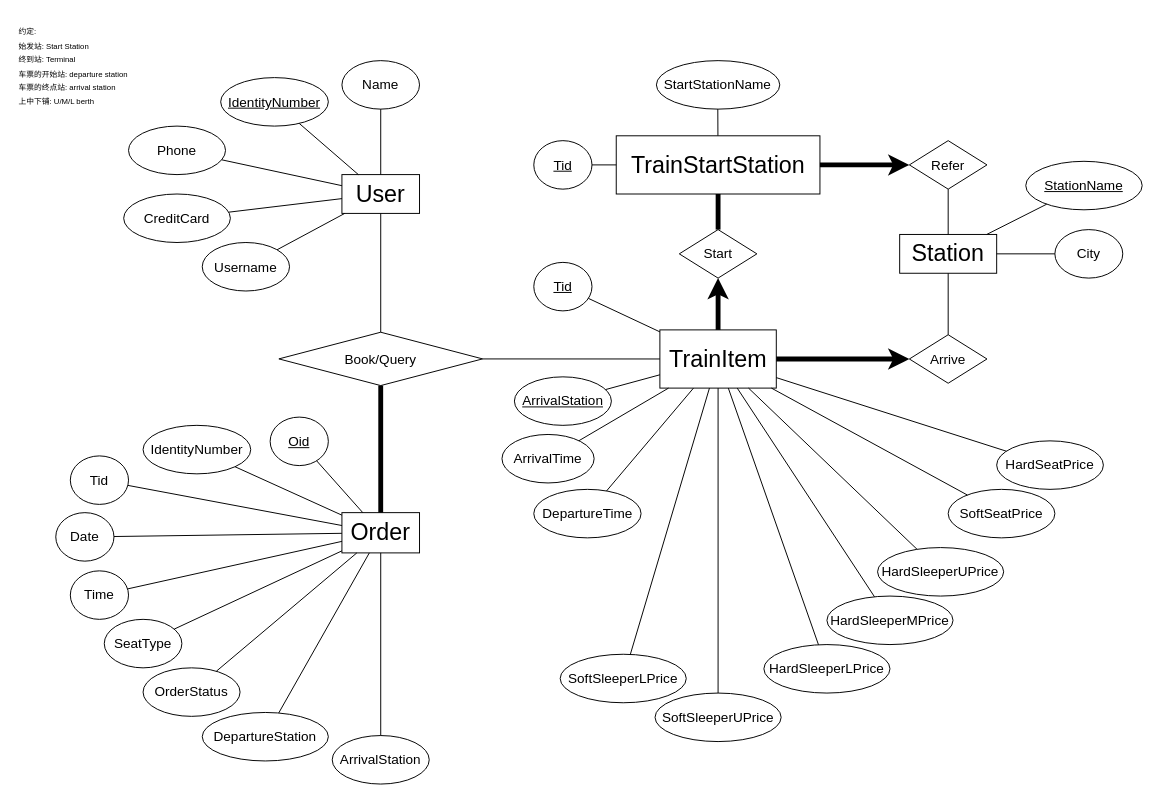
Earlier version of the draw.io diagram page "er-after-chk-zxz-5.3" (1 of 4) of design/ER-graph.drawio (KevinGeejo/Railway-Booking-System). Source tidied: cells renumbered, new cells numbered last; positions are measured from the earlier drawing's top-left corner, leaving out a move shared by most shapes. Both pictures are drawn from the tidied source at 97%, with x=0, y=0 at pixel (16, 16).
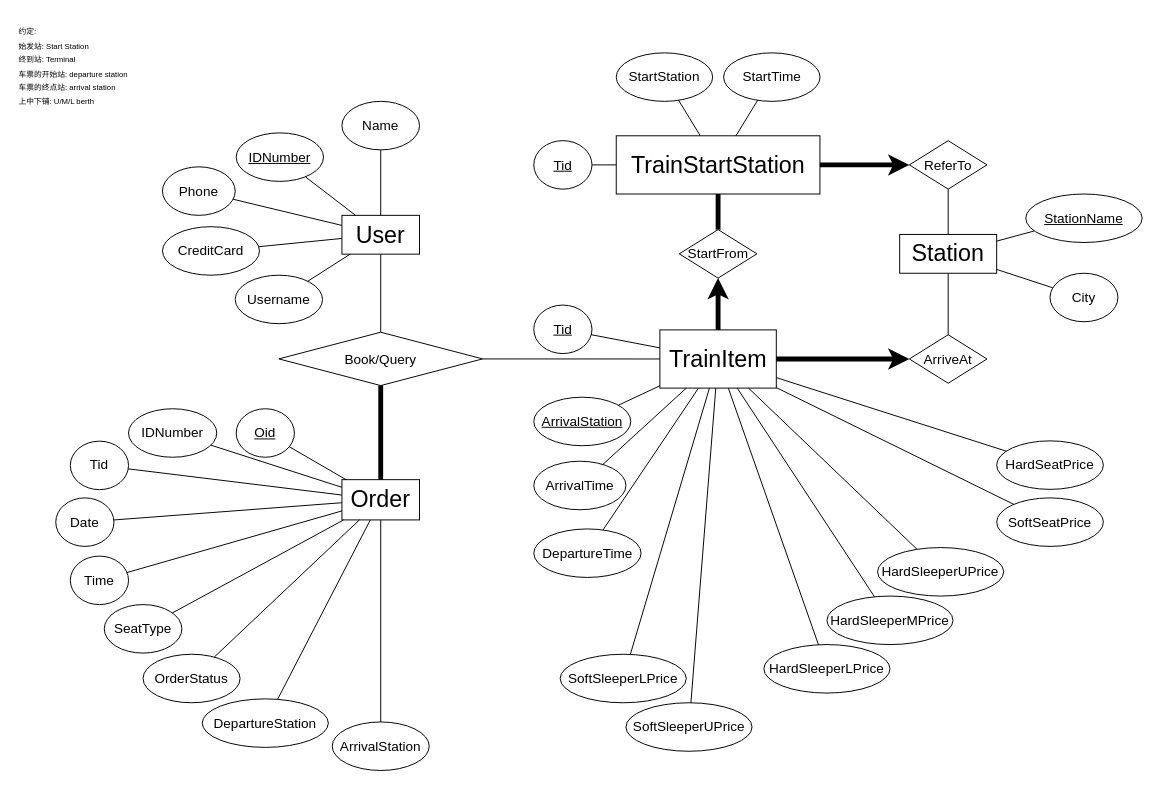
The same diagram, later.

The change refers to these unchanged cells:
```xml
<mxCell id="70" value="&lt;span style=&quot;font-size: 24px&quot;&gt;TrainStartStation&lt;/span&gt;" style="rounded=0;whiteSpace=wrap;html=1;" parent="1" vertex="1">
  <mxGeometry x="617.8" y="122.5" width="210" height="60" as="geometry" />
</mxCell>
```

What changed in the source:
```diff
@@
     <mxCell id="4" value="&lt;font style=&quot;font-size: 24px&quot;&gt;User&lt;/font&gt;" style="rounded=0;whiteSpace=wrap;html=1;" parent="1" vertex="1">
-      <mxGeometry x="335" y="162.5" width="80" height="40" as="geometry" />
+      <mxGeometry x="335" y="204.5" width="80" height="40" as="geometry" />
     </mxCell>
     <mxCell id="5" value="&lt;font style=&quot;font-size: 24px&quot;&gt;Order&lt;/font&gt;" style="rounded=0;whiteSpace=wrap;html=1;" parent="1" vertex="1">
-      <mxGeometry x="335" y="511" width="80" height="41.5" as="geometry" />
+      <mxGeometry x="335" y="477" width="80" height="41.5" as="geometry" />
     </mxCell>
     <mxCell id="6" value="&lt;font style=&quot;font-size: 14px&quot;&gt;Name&lt;/font&gt;" style="ellipse;whiteSpace=wrap;html=1;" parent="1" vertex="1">
-      <mxGeometry x="335" y="45" width="80" height="50" as="geometry" />
+      <mxGeometry x="335" y="87" width="80" height="50" as="geometry" />
     </mxCell>
@@
-    <mxCell id="8" value="&lt;span style=&quot;font-size: 14px&quot;&gt;&lt;u&gt;IdentityNumber&lt;/u&gt;&lt;br&gt;&lt;/span&gt;" style="ellipse;whiteSpace=wrap;html=1;" parent="1" vertex="1">
-      <mxGeometry x="210" y="62.5" width="111" height="50" as="geometry" />
+    <mxCell id="8" value="&lt;span style=&quot;font-size: 14px&quot;&gt;&lt;u&gt;IDNumber&lt;/u&gt;&lt;br&gt;&lt;/span&gt;" style="ellipse;whiteSpace=wrap;html=1;" parent="1" vertex="1">
+      <mxGeometry x="226" y="119.5" width="90" height="50" as="geometry" />
     </mxCell>
@@
     <mxCell id="10" value="&lt;span style=&quot;font-size: 14px&quot;&gt;Phone&lt;/span&gt;" style="ellipse;whiteSpace=wrap;html=1;" parent="1" vertex="1">
-      <mxGeometry x="115" y="112.5" width="100" height="50" as="geometry" />
+      <mxGeometry x="150" y="154.5" width="75" height="50" as="geometry" />
     </mxCell>
     <mxCell id="11" value="&lt;span style=&quot;font-size: 14px&quot;&gt;CreditCard&lt;br&gt;&lt;/span&gt;" style="ellipse;whiteSpace=wrap;html=1;" parent="1" vertex="1">
-      <mxGeometry x="110" y="182.5" width="110" height="50" as="geometry" />
+      <mxGeometry x="150" y="216.2" width="100" height="50" as="geometry" />
     </mxCell>
     <mxCell id="12" value="&lt;span style=&quot;font-size: 14px&quot;&gt;Username&lt;br&gt;&lt;/span&gt;" style="ellipse;whiteSpace=wrap;html=1;" parent="1" vertex="1">
-      <mxGeometry x="191" y="232.5" width="90" height="50" as="geometry" />
+      <mxGeometry x="225" y="266.2" width="90" height="50" as="geometry" />
     </mxCell>
@@
-    <mxCell id="16" value="&lt;font style=&quot;font-size: 14px&quot;&gt;Arrive&lt;/font&gt;" style="rhombus;whiteSpace=wrap;html=1;" parent="1" vertex="1">
+    <mxCell id="16" value="&lt;font style=&quot;font-size: 14px&quot;&gt;ArriveAt&lt;/font&gt;" style="rhombus;whiteSpace=wrap;html=1;" parent="1" vertex="1">
       <mxGeometry x="920" y="327.6" width="80" height="50" as="geometry" />
     </mxCell>
@@
     <mxCell id="19" value="&lt;span style=&quot;font-size: 14px&quot;&gt;&lt;u&gt;StationName&lt;/u&gt;&lt;br&gt;&lt;/span&gt;" style="ellipse;whiteSpace=wrap;html=1;" parent="1" vertex="1">
-      <mxGeometry x="1040" y="148.8" width="120" height="50" as="geometry" />
+      <mxGeometry x="1040" y="182.5" width="120" height="50" as="geometry" />
     </mxCell>
     <mxCell id="20" value="&lt;span style=&quot;font-size: 14px&quot;&gt;City&lt;br&gt;&lt;/span&gt;" style="ellipse;whiteSpace=wrap;html=1;" parent="1" vertex="1">
-      <mxGeometry x="1070" y="219.2" width="70" height="50" as="geometry" />
+      <mxGeometry x="1065" y="264.2" width="70" height="50" as="geometry" />
     </mxCell>
@@
     <mxCell id="27" value="&lt;span style=&quot;font-size: 14px&quot;&gt;&lt;u&gt;Oid&lt;/u&gt;&lt;/span&gt;" style="ellipse;whiteSpace=wrap;html=1;" parent="1" vertex="1">
-      <mxGeometry x="261" y="412.5" width="60" height="50" as="geometry" />
+      <mxGeometry x="226" y="403.9" width="60" height="50" as="geometry" />
     </mxCell>
     <mxCell id="28" value="&lt;span style=&quot;font-size: 14px&quot;&gt;Tid&lt;/span&gt;" style="ellipse;whiteSpace=wrap;html=1;" parent="1" vertex="1">
-      <mxGeometry x="55" y="452.5" width="60" height="50" as="geometry" />
+      <mxGeometry x="55" y="437.3" width="60" height="50" as="geometry" />
     </mxCell>
     <mxCell id="29" value="&lt;span style=&quot;font-size: 14px&quot;&gt;Date&lt;/span&gt;" style="ellipse;whiteSpace=wrap;html=1;" parent="1" vertex="1">
-      <mxGeometry x="40" y="511" width="60" height="50" as="geometry" />
+      <mxGeometry x="40" y="495.8" width="60" height="50" as="geometry" />
     </mxCell>
     <mxCell id="30" value="&lt;span style=&quot;font-size: 14px&quot;&gt;Time&lt;/span&gt;" style="ellipse;whiteSpace=wrap;html=1;" parent="1" vertex="1">
-      <mxGeometry x="55" y="571" width="60" height="50" as="geometry" />
+      <mxGeometry x="55" y="555.8" width="60" height="50" as="geometry" />
     </mxCell>
     <mxCell id="31" value="&lt;span style=&quot;font-size: 14px&quot;&gt;DepartureStation&lt;br&gt;&lt;/span&gt;" style="ellipse;whiteSpace=wrap;html=1;" parent="1" vertex="1">
-      <mxGeometry x="191" y="717" width="130" height="50" as="geometry" />
+      <mxGeometry x="191" y="703" width="130" height="50" as="geometry" />
     </mxCell>
     <mxCell id="32" value="&lt;span style=&quot;font-size: 14px&quot;&gt;ArrivalStation&lt;/span&gt;" style="ellipse;whiteSpace=wrap;html=1;" parent="1" vertex="1">
-      <mxGeometry x="325" y="740.8" width="100" height="50" as="geometry" />
+      <mxGeometry x="325" y="726.8" width="100" height="50" as="geometry" />
     </mxCell>
     <mxCell id="33" value="&lt;span style=&quot;font-size: 14px&quot;&gt;SeatType&lt;br&gt;&lt;/span&gt;" style="ellipse;whiteSpace=wrap;html=1;" parent="1" vertex="1">
-      <mxGeometry x="90" y="621" width="80" height="50" as="geometry" />
+      <mxGeometry x="90" y="605.8" width="80" height="50" as="geometry" />
     </mxCell>
     <mxCell id="34" value="&lt;span style=&quot;font-size: 14px&quot;&gt;OrderStatus&lt;br&gt;&lt;/span&gt;" style="ellipse;whiteSpace=wrap;html=1;" parent="1" vertex="1">
-      <mxGeometry x="130" y="671" width="100" height="50" as="geometry" />
+      <mxGeometry x="130" y="657" width="100" height="50" as="geometry" />
     </mxCell>
     <mxCell id="35" value="&lt;span style=&quot;font-size: 14px&quot;&gt;&lt;u&gt;Tid&lt;/u&gt;&lt;/span&gt;" style="ellipse;whiteSpace=wrap;html=1;" parent="1" vertex="1">
-      <mxGeometry x="532.8" y="253" width="60" height="50" as="geometry" />
+      <mxGeometry x="532.8" y="297" width="60" height="50" as="geometry" />
     </mxCell>
@@
-    <mxCell id="44" value="&lt;span style=&quot;font-size: 14px&quot;&gt;StartStationName&lt;/span&gt;&lt;span style=&quot;font-size: 14px&quot;&gt;&lt;br&gt;&lt;/span&gt;" style="ellipse;whiteSpace=wrap;html=1;" parent="1" vertex="1">
-      <mxGeometry x="659.2" y="45" width="127.2" height="50" as="geometry" />
+    <mxCell id="44" value="&lt;span style=&quot;font-size: 14px&quot;&gt;StartStation&lt;/span&gt;&lt;span style=&quot;font-size: 14px&quot;&gt;&lt;br&gt;&lt;/span&gt;" style="ellipse;whiteSpace=wrap;html=1;" parent="1" vertex="1">
+      <mxGeometry x="617.8" y="37" width="99.4" height="50" as="geometry" />
     </mxCell>
     <mxCell id="45" value="&lt;span style=&quot;font-size: 14px&quot;&gt;&lt;u&gt;ArrivalStation&lt;/u&gt;&lt;/span&gt;" style="ellipse;whiteSpace=wrap;html=1;" parent="1" vertex="1">
-      <mxGeometry x="512.8" y="371" width="100" height="50" as="geometry" />
+      <mxGeometry x="532.8" y="392" width="100" height="50" as="geometry" />
     </mxCell>
     <mxCell id="46" value="&lt;span style=&quot;font-size: 14px&quot;&gt;DepartureTime&lt;br&gt;&lt;/span&gt;" style="ellipse;whiteSpace=wrap;html=1;" parent="1" vertex="1">
-      <mxGeometry x="532.8" y="487" width="110.6" height="50" as="geometry" />
+      <mxGeometry x="532.8" y="527.8" width="110.6" height="50" as="geometry" />
     </mxCell>
     <mxCell id="47" value="&lt;span style=&quot;font-size: 14px&quot;&gt;ArrivalTime&lt;br&gt;&lt;/span&gt;" style="ellipse;whiteSpace=wrap;html=1;" parent="1" vertex="1">
-      <mxGeometry x="500" y="430.4" width="95" height="50" as="geometry" />
+      <mxGeometry x="532.8" y="458" width="95" height="50" as="geometry" />
     </mxCell>
@@
     <mxCell id="56" value="&lt;span style=&quot;font-size: 14px&quot;&gt;SoftSeatPrice&lt;br&gt;&lt;/span&gt;" style="ellipse;whiteSpace=wrap;html=1;" parent="1" vertex="1">
-      <mxGeometry x="960" y="487" width="110" height="50" as="geometry" />
+      <mxGeometry x="1010" y="495.8" width="110" height="50" as="geometry" />
     </mxCell>
@@
     <mxCell id="64" value="&lt;span style=&quot;font-size: 14px&quot;&gt;SoftSleeperUPrice&lt;br&gt;&lt;/span&gt;" style="ellipse;whiteSpace=wrap;html=1;" parent="1" vertex="1">
-      <mxGeometry x="657.8" y="697" width="130" height="50" as="geometry" />
+      <mxGeometry x="627.8" y="707" width="130" height="50" as="geometry" />
     </mxCell>
@@
-    <mxCell id="68" value="&lt;span style=&quot;font-size: 14px&quot;&gt;IdentityNumber&lt;br&gt;&lt;/span&gt;" style="ellipse;whiteSpace=wrap;html=1;" parent="1" vertex="1">
-      <mxGeometry x="130" y="421" width="111" height="50" as="geometry" />
+    <mxCell id="68" value="&lt;span style=&quot;font-size: 14px&quot;&gt;IDNumber&lt;br&gt;&lt;/span&gt;" style="ellipse;whiteSpace=wrap;html=1;" parent="1" vertex="1">
+      <mxGeometry x="115" y="403.9" width="91" height="50" as="geometry" />
     </mxCell>
@@
-    <mxCell id="73" value="&lt;font style=&quot;font-size: 14px&quot;&gt;Start&lt;/font&gt;" style="rhombus;whiteSpace=wrap;html=1;" parent="1" vertex="1">
+    <mxCell id="73" value="&lt;font style=&quot;font-size: 14px&quot;&gt;StartFrom&lt;/font&gt;" style="rhombus;whiteSpace=wrap;html=1;" parent="1" vertex="1">
       <mxGeometry x="682.8" y="219.2" width="80" height="50" as="geometry" />
     </mxCell>
@@
-    <mxCell id="76" value="&lt;font style=&quot;font-size: 14px&quot;&gt;Refer&lt;/font&gt;" style="rhombus;whiteSpace=wrap;html=1;" parent="1" vertex="1">
+    <mxCell id="76" value="&lt;font style=&quot;font-size: 14px&quot;&gt;ReferTo&lt;/font&gt;" style="rhombus;whiteSpace=wrap;html=1;" parent="1" vertex="1">
       <mxGeometry x="920" y="127.5" width="80" height="50" as="geometry" />
     </mxCell>
@@
+    <mxCell id="79" value="&lt;span style=&quot;font-size: 14px&quot;&gt;StartTime&lt;/span&gt;&lt;span style=&quot;font-size: 14px&quot;&gt;&lt;br&gt;&lt;/span&gt;" style="ellipse;whiteSpace=wrap;html=1;" parent="1" vertex="1">
+      <mxGeometry x="728.5" y="37" width="99.4" height="50" as="geometry" />
+    </mxCell>
+    <mxCell id="80" style="endArrow=none;html=1;" parent="1" edge="1" source="70" target="79">
+      <mxGeometry relative="1" as="geometry" />
+    </mxCell>
```
